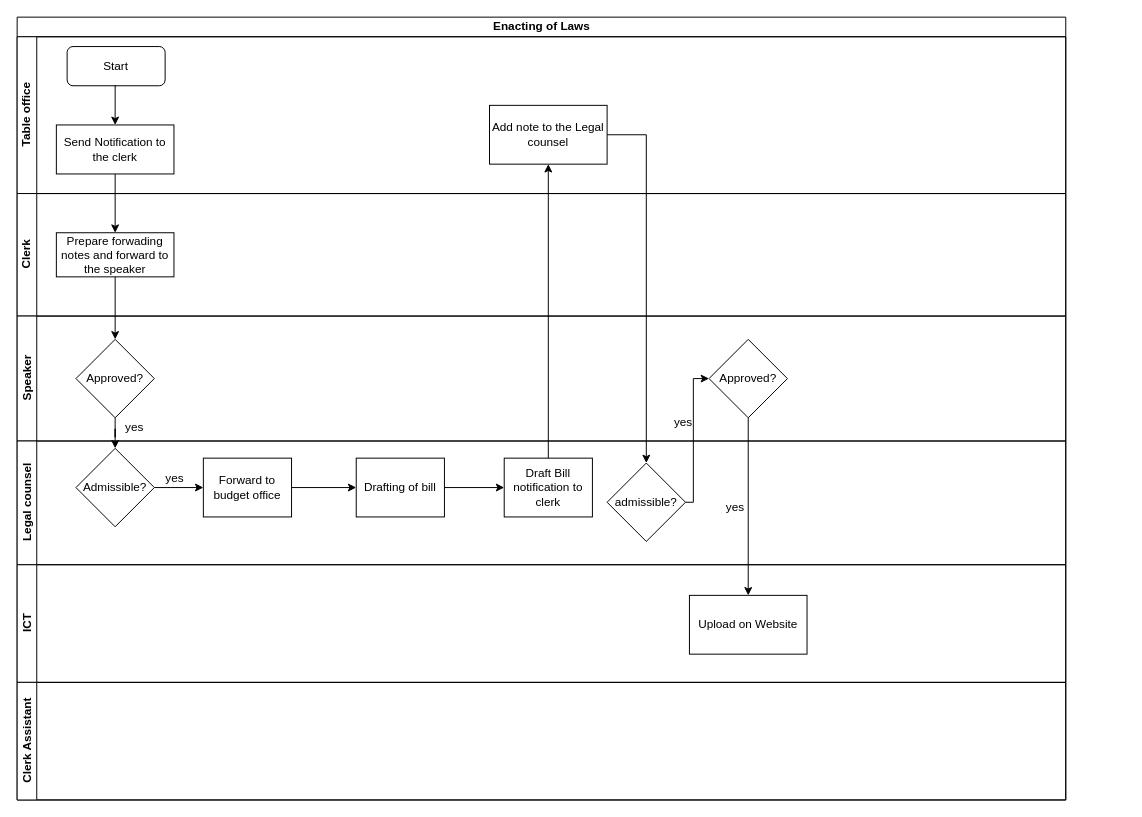
Above: Enacting of Laws.drawio in kmagua/flowcharts (draw.io), before the change. Source tidied: cells renumbered, new cells numbered last; positions are measured from the earlier drawing's top-left corner, leaving out a move shared by most shapes. Both pictures are drawn from the tidied source at 98%, with x=0, y=0 at pixel (17, 17).
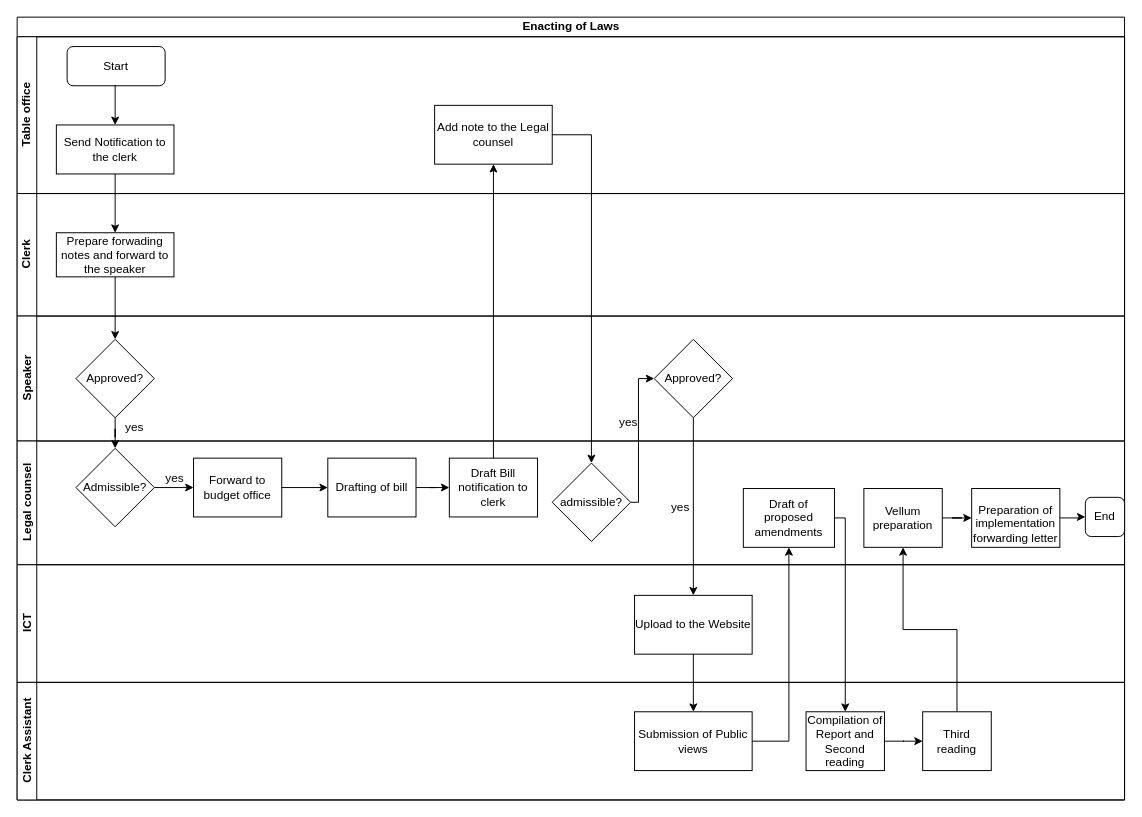
The same diagram, later.

The edit, as a diff of the source:
```diff
@@
     <mxCell id="2" value="Enacting of Laws" style="swimlane;html=1;horizontal=1;startSize=20;" parent="1" vertex="1">
-      <mxGeometry width="1070" height="798.8" as="geometry" />
+      <mxGeometry width="1130" height="798.8" as="geometry" />
     </mxCell>
     <mxCell id="3" value="Table office" style="swimlane;html=1;startSize=20;horizontal=0;" parent="2" vertex="1">
-      <mxGeometry y="20" width="1070" height="160" as="geometry" />
+      <mxGeometry y="20" width="1130" height="160" as="geometry" />
     </mxCell>
@@
     <mxCell id="6" value="Add note to the Legal counsel" style="rounded=0;whiteSpace=wrap;html=1;" parent="3" vertex="1">
-      <mxGeometry x="482" y="70" width="120" height="60" as="geometry" />
+      <mxGeometry x="426" y="70" width="120" height="60" as="geometry" />
     </mxCell>
@@
     <mxCell id="8" value="Clerk" style="swimlane;html=1;startSize=20;horizontal=0;" parent="2" vertex="1">
-      <mxGeometry y="180" width="1070" height="125" as="geometry" />
+      <mxGeometry y="180" width="1130" height="125" as="geometry" />
     </mxCell>
@@
     <mxCell id="10" value="Speaker" style="swimlane;html=1;startSize=20;horizontal=0;" parent="2" vertex="1">
-      <mxGeometry y="305" width="1070" height="127.5" as="geometry" />
+      <mxGeometry y="305" width="1130" height="127.5" as="geometry" />
     </mxCell>
     <mxCell id="11" value="Approved?" style="rhombus;whiteSpace=wrap;html=1;rounded=0;" parent="10" vertex="1">
-      <mxGeometry x="706" y="23.8" width="80" height="80" as="geometry" />
+      <mxGeometry x="650" y="23.8" width="80" height="80" as="geometry" />
     </mxCell>
@@
     <mxCell id="13" value="yes" style="text;html=1;strokeColor=none;fillColor=none;align=center;verticalAlign=middle;whiteSpace=wrap;rounded=0;" parent="10" vertex="1">
-      <mxGeometry x="660" y="99" width="40" height="20" as="geometry" />
+      <mxGeometry x="604" y="99" width="40" height="20" as="geometry" />
     </mxCell>
@@
     <mxCell id="15" value="Legal counsel" style="swimlane;html=1;startSize=20;horizontal=0;" parent="2" vertex="1">
-      <mxGeometry y="432.5" width="1070" height="126.2" as="geometry" />
+      <mxGeometry y="432.5" width="1130" height="126.2" as="geometry" />
     </mxCell>
     <mxCell id="16" value="Draft Bill notification to clerk" style="whiteSpace=wrap;html=1;rounded=0;" parent="15" vertex="1">
-      <mxGeometry x="497" y="17.5" width="90" height="60" as="geometry" />
+      <mxGeometry x="441" y="17.5" width="90" height="60" as="geometry" />
     </mxCell>
     <mxCell id="17" value="Drafting of bill" style="whiteSpace=wrap;html=1;rounded=0;" parent="15" vertex="1">
-      <mxGeometry x="346" y="17.5" width="90" height="60" as="geometry" />
+      <mxGeometry x="317" y="17.5" width="90" height="60" as="geometry" />
     </mxCell>
     <mxCell id="18" value="Forward to budget office" style="whiteSpace=wrap;html=1;rounded=0;" parent="15" vertex="1">
-      <mxGeometry x="190" y="17.5" width="90" height="60" as="geometry" />
+      <mxGeometry x="180" y="17.5" width="90" height="60" as="geometry" />
     </mxCell>
@@
-    <mxCell id="21" style="edgeStyle=orthogonalEdgeStyle;rounded=0;jettySize=auto;html=1;" parent="15" edge="1" source="18" target="17">
-      <mxGeometry relative="1" as="geometry">
-        <Array as="points">
-          <mxPoint x="420" y="48" />
-          <mxPoint x="420" y="63" />
-        </Array>
-      </mxGeometry>
-    </mxCell>
@@
     <mxCell id="24" value="admissible?" style="rhombus;whiteSpace=wrap;html=1;rounded=0;" parent="15" vertex="1">
-      <mxGeometry x="602" y="22.5" width="80" height="80" as="geometry" />
+      <mxGeometry x="546" y="22.5" width="80" height="80" as="geometry" />
     </mxCell>
     <mxCell id="25" value="yes" style="text;html=1;strokeColor=none;fillColor=none;align=center;verticalAlign=middle;whiteSpace=wrap;rounded=0;" parent="15" vertex="1">
-      <mxGeometry x="713" y="57.5" width="40" height="20" as="geometry" />
+      <mxGeometry x="657" y="57.5" width="40" height="20" as="geometry" />
     </mxCell>
+    <mxCell id="36" value="Vellum preparation" style="whiteSpace=wrap;html=1;rounded=0;" parent="15" vertex="1">
+      <mxGeometry x="864" y="48.5" width="80" height="60" as="geometry" />
+    </mxCell>
+    <mxCell id="37" value="Draft of proposed amendments" style="whiteSpace=wrap;html=1;rounded=0;" parent="15" vertex="1">
+      <mxGeometry x="741" y="48.5" width="93" height="60" as="geometry" />
+    </mxCell>
+    <mxCell id="21" style="edgeStyle=orthogonalEdgeStyle;rounded=0;jettySize=auto;html=1;entryX=0;entryY=0.5;entryDx=0;entryDy=0;" parent="15" edge="1" source="18" target="17">
+      <mxGeometry relative="1" as="geometry" />
+    </mxCell>
     <mxCell id="26" value="ICT" style="swimlane;html=1;startSize=20;horizontal=0;" parent="2" vertex="1">
-      <mxGeometry y="558.8" width="1070" height="120" as="geometry" />
+      <mxGeometry y="558.8" width="1130" height="120" as="geometry" />
     </mxCell>
-    <mxCell id="27" value="Upload on Website" style="whiteSpace=wrap;html=1;rounded=0;" parent="26" vertex="1">
-      <mxGeometry x="686" y="31.2" width="120" height="60" as="geometry" />
+    <mxCell id="27" value="Upload to the Website" style="whiteSpace=wrap;html=1;rounded=0;" parent="26" vertex="1">
+      <mxGeometry x="630" y="31.2" width="120" height="60" as="geometry" />
     </mxCell>
     <mxCell id="28" value="Clerk Assistant" style="swimlane;html=1;startSize=20;horizontal=0;" parent="2" vertex="1">
-      <mxGeometry y="678.8" width="1070" height="120" as="geometry" />
+      <mxGeometry y="678.8" width="1130" height="120" as="geometry" />
     </mxCell>
+    <mxCell id="38" value="Submission of Public views" style="whiteSpace=wrap;html=1;rounded=0;" parent="28" vertex="1">
+      <mxGeometry x="630" y="30" width="120" height="60" as="geometry" />
+    </mxCell>
+    <mxCell id="39" value="Compilation of Report and Second reading" style="whiteSpace=wrap;html=1;rounded=0;" parent="28" vertex="1">
+      <mxGeometry x="805" y="30" width="80" height="60" as="geometry" />
+    </mxCell>
@@
     <mxCell id="33" style="edgeStyle=orthogonalEdgeStyle;rounded=0;jettySize=auto;html=1;" parent="2" edge="1" source="6" target="24">
       <mxGeometry relative="1" as="geometry">
         <Array as="points">
-          <mxPoint x="642" y="120" />
+          <mxPoint x="586" y="120" />
         </Array>
       </mxGeometry>
     </mxCell>
     <mxCell id="34" style="edgeStyle=orthogonalEdgeStyle;rounded=0;jettySize=auto;html=1;entryX=0;entryY=0.5;entryDx=0;entryDy=0;" parent="2" edge="1" source="24" target="11">
       <mxGeometry relative="1" as="geometry">
         <Array as="points">
-          <mxPoint x="690" y="495" />
-          <mxPoint x="690" y="369" />
+          <mxPoint x="634" y="495" />
+          <mxPoint x="634" y="369" />
         </Array>
       </mxGeometry>
     </mxCell>
@@
+    <mxCell id="40" style="edgeStyle=orthogonalEdgeStyle;rounded=0;jettySize=auto;html=1;" parent="2" edge="1" source="27" target="38">
+      <mxGeometry relative="1" as="geometry" />
+    </mxCell>
+    <mxCell id="41" style="edgeStyle=orthogonalEdgeStyle;rounded=0;jettySize=auto;html=1;entryX=0.5;entryY=1;entryDx=0;entryDy=0;" parent="2" edge="1" source="38" target="37">
+      <mxGeometry relative="1" as="geometry">
+        <Array as="points">
+          <mxPoint x="788" y="739" />
+        </Array>
+      </mxGeometry>
+    </mxCell>
+    <mxCell id="42" style="edgeStyle=orthogonalEdgeStyle;rounded=0;jettySize=auto;html=1;entryX=0.5;entryY=0;entryDx=0;entryDy=0;" parent="2" edge="1" source="37" target="39">
+      <mxGeometry relative="1" as="geometry">
+        <Array as="points">
+          <mxPoint x="845" y="511" />
+        </Array>
+      </mxGeometry>
+    </mxCell>
+    <mxCell id="43" style="edgeStyle=orthogonalEdgeStyle;rounded=0;jettySize=auto;html=1;" parent="1" edge="1" source="44" target="36">
+      <mxGeometry relative="1" as="geometry" />
+    </mxCell>
+    <mxCell id="44" value="Third reading" style="whiteSpace=wrap;html=1;rounded=0;" parent="1" vertex="1">
+      <mxGeometry x="924" y="708.8" width="70" height="60" as="geometry" />
+    </mxCell>
+    <mxCell id="45" style="edgeStyle=orthogonalEdgeStyle;rounded=0;jettySize=auto;html=1;" parent="1" edge="1" source="39" target="44">
+      <mxGeometry relative="1" as="geometry" />
+    </mxCell>
+    <mxCell id="46" value="&lt;br/&gt;&lt;p style=&quot;margin-bottom: 0in&quot;&gt;Preparation of implementation&lt;br/&gt;forwarding letter&lt;/p&gt;&lt;br/&gt;" style="whiteSpace=wrap;html=1;rounded=0;" parent="1" vertex="1">
+      <mxGeometry x="974" y="481" width="90" height="60" as="geometry" />
+    </mxCell>
+    <mxCell id="47" style="edgeStyle=orthogonalEdgeStyle;rounded=0;jettySize=auto;html=1;" parent="1" edge="1" source="36" target="46">
+      <mxGeometry relative="1" as="geometry" />
+    </mxCell>
+    <mxCell id="48" value="End" style="rounded=1;whiteSpace=wrap;html=1;" parent="1" vertex="1">
+      <mxGeometry x="1090" y="490" width="40" height="40" as="geometry" />
+    </mxCell>
+    <mxCell id="49" style="edgeStyle=orthogonalEdgeStyle;rounded=0;jettySize=auto;html=1;" parent="1" edge="1" source="46" target="48">
+      <mxGeometry relative="1" as="geometry" />
+    </mxCell>
```
